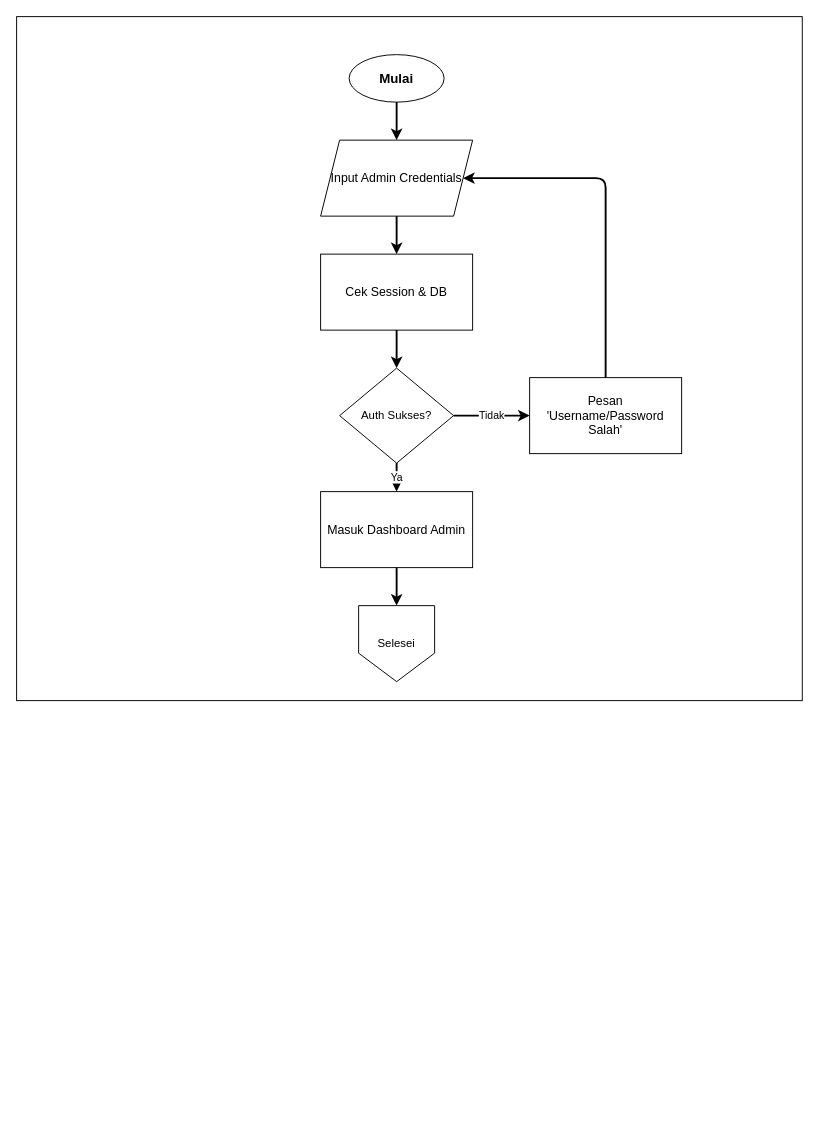
Earlier version of the draw.io diagram diagram/flowchart/admin_login.drawio (Jinsky/Jinsky). Source tidied: cells renumbered, new cells numbered last; positions are measured from the earlier drawing's top-left corner, leaving out a move shared by most shapes. Both pictures are drawn from the tidied source at 95%, with x=0, y=0 at pixel (16, 16).
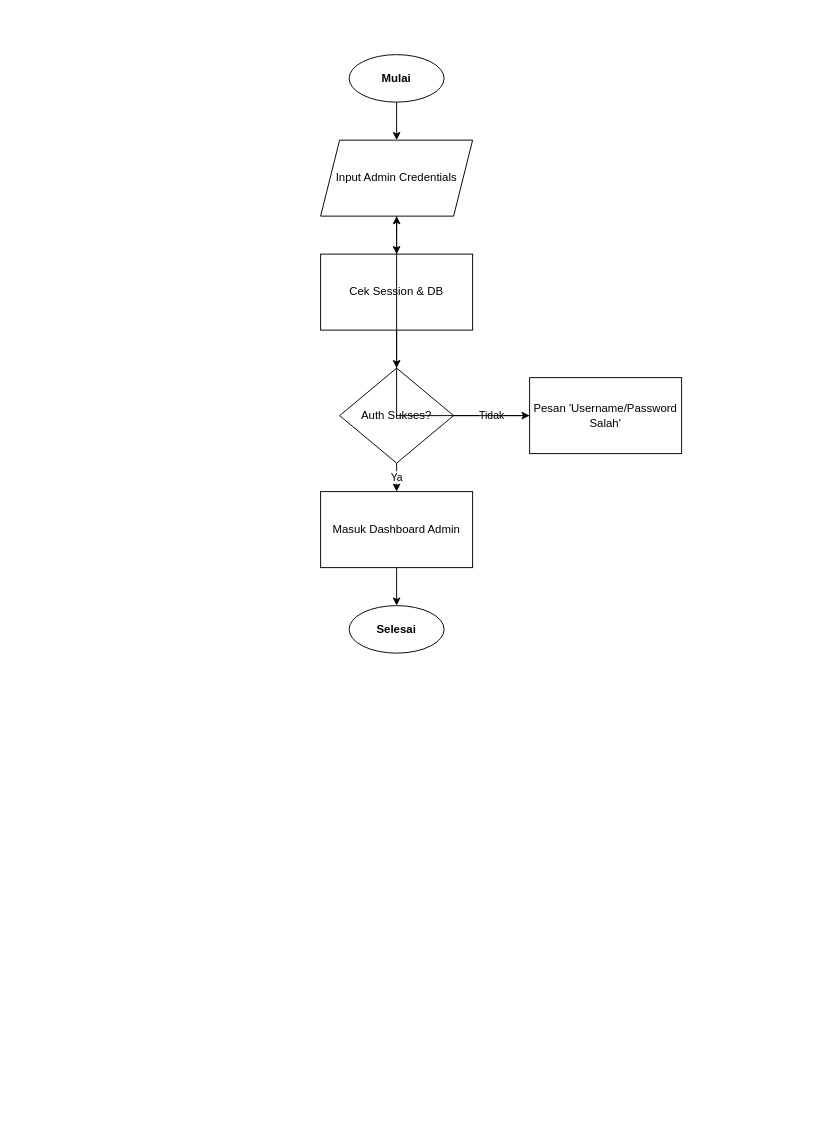
Above is the later version.

What changed in the source:
```diff
@@
 <mxGraphModel>
   <root>
     <mxCell id="0" />
     <mxCell id="1" parent="0" />
-    <mxCell id="2" style="rounded=0;whiteSpace=wrap;html=1;" parent="1" vertex="1">
-      <mxGeometry width="827" height="720" as="geometry" />
+    <mxCell id="2" style="rounded=0;whiteSpace=wrap;html=1;fillColor=#ffffff;strokeColor=none;" parent="1" vertex="1">
+      <mxGeometry width="827" height="1169" as="geometry" />
     </mxCell>
+    <mxCell id="17" value="Mulai" style="ellipse;whiteSpace=wrap;html=1;fontStyle=1;fontSize=12;fillColor=#ffffff;strokeColor=#000000;" parent="1" vertex="1">
+      <mxGeometry x="350" y="40" width="100" height="50" as="geometry" />
+    </mxCell>
+    <mxCell id="18" value="Input Admin Credentials" style="shape=parallelogram;perimeter=parallelogramPerimeter;whiteSpace=wrap;html=1;fixedSize=1;fontSize=12;fillColor=#ffffff;strokeColor=#000000;" parent="1" vertex="1">
+      <mxGeometry x="320" y="130" width="160" height="80" as="geometry" />
+    </mxCell>
-    <mxCell id="3" value="Mulai" style="ellipse;whiteSpace=wrap;html=1;fontStyle=1;fontSize=14;" parent="1" vertex="1">
-      <mxGeometry x="350" y="40" width="100" height="50" as="geometry" />
+    <mxCell id="3" value="Cek Session &amp; DB" style="rounded=0;whiteSpace=wrap;html=1;fontSize=12;fillColor=#ffffff;strokeColor=#000000;" parent="1" vertex="1">
+      <mxGeometry x="320" y="250" width="160" height="80" as="geometry" />
     </mxCell>
-    <mxCell id="4" value="Input Admin Credentials" style="shape=parallelogram;perimeter=parallelogramPerimeter;whiteSpace=wrap;html=1;fixedSize=1;fontSize=13;" parent="1" vertex="1">
-      <mxGeometry x="320" y="130" width="160" height="80" as="geometry" />
+    <mxCell id="4" value="Auth Sukses?" style="rhombus;whiteSpace=wrap;html=1;fontSize=12;fillColor=#ffffff;strokeColor=#000000;" parent="1" vertex="1">
+      <mxGeometry x="340" y="370" width="120" height="100" as="geometry" />
     </mxCell>
-    <mxCell id="5" value="Cek Session &amp; DB" style="rounded=0;whiteSpace=wrap;html=1;fontSize=13;" parent="1" vertex="1">
-      <mxGeometry x="320" y="250" width="160" height="80" as="geometry" />
+    <mxCell id="5" value="Masuk Dashboard Admin" style="rounded=0;whiteSpace=wrap;html=1;fontSize=12;fillColor=#ffffff;strokeColor=#000000;" parent="1" vertex="1">
+      <mxGeometry x="320" y="500" width="160" height="80" as="geometry" />
     </mxCell>
-    <mxCell id="6" value="Auth Sukses?" style="rhombus;whiteSpace=wrap;html=1;fontSize=12;" parent="1" vertex="1">
-      <mxGeometry x="340" y="370" width="120" height="100" as="geometry" />
+    <mxCell id="6" value="Pesan 'Username/Password Salah'" style="rounded=0;whiteSpace=wrap;html=1;fontSize=12;fillColor=#ffffff;strokeColor=#000000;" parent="1" vertex="1">
+      <mxGeometry x="540" y="380" width="160" height="80" as="geometry" />
     </mxCell>
-    <mxCell id="7" value="Masuk Dashboard Admin" style="rounded=0;whiteSpace=wrap;html=1;fontSize=13;" parent="1" vertex="1">
-      <mxGeometry x="320" y="500" width="160" height="80" as="geometry" />
+    <mxCell id="7" value="Selesai" style="ellipse;whiteSpace=wrap;html=1;fontStyle=1;fontSize=12;fillColor=#ffffff;strokeColor=#000000;" parent="1" vertex="1">
+      <mxGeometry x="350" y="620" width="100" height="50" as="geometry" />
     </mxCell>
-    <mxCell id="8" value="Pesan 'Username/Password Salah'" style="rounded=0;whiteSpace=wrap;html=1;fontSize=13;" parent="1" vertex="1">
-      <mxGeometry x="540" y="380" width="160" height="80" as="geometry" />
+    <mxCell id="8" style="edgeStyle=orthogonalEdgeStyle;rounded=0;jettySize=auto;html=1;strokeColor=#000000;fontSize=11;" parent="1" edge="1" source="17" target="18">
+      <mxGeometry relative="1" as="geometry" />
     </mxCell>
+    <mxCell id="19" style="edgeStyle=orthogonalEdgeStyle;rounded=0;jettySize=auto;html=1;strokeColor=#000000;fontSize=11;" parent="1" edge="1" source="18" target="3">
+      <mxGeometry relative="1" as="geometry" />
+    </mxCell>
-    <mxCell id="9" style="edgeStyle=orthogonalEdgeStyle;rounded=1;jettySize=auto;html=1;strokeWidth=2;fontSize=11;" parent="1" edge="1" source="3" target="4">
+    <mxCell id="9" style="edgeStyle=orthogonalEdgeStyle;rounded=0;jettySize=auto;html=1;strokeColor=#000000;fontSize=11;" parent="1" edge="1" source="3" target="4">
       <mxGeometry relative="1" as="geometry" />
     </mxCell>
-    <mxCell id="10" style="edgeStyle=orthogonalEdgeStyle;rounded=1;jettySize=auto;html=1;strokeWidth=2;fontSize=11;" parent="1" edge="1" source="4" target="5">
-      <mxGeometry relative="1" as="geometry" />
-    </mxCell>
-    <mxCell id="11" style="edgeStyle=orthogonalEdgeStyle;rounded=1;jettySize=auto;html=1;strokeWidth=2;fontSize=11;" parent="1" edge="1" source="5" target="6">
-      <mxGeometry relative="1" as="geometry" />
-    </mxCell>
-    <mxCell id="12" value="Ya" style="edgeStyle=orthogonalEdgeStyle;rounded=1;jettySize=auto;html=1;strokeWidth=2;fontSize=11;" parent="1" edge="1" source="6" target="7">
+    <mxCell id="12" value="Ya" style="edgeStyle=orthogonalEdgeStyle;rounded=0;jettySize=auto;html=1;strokeColor=#000000;fontSize=11;" parent="1" edge="1" source="4" target="5">
       <mxGeometry relative="1" as="geometry" />
     </mxCell>
-    <mxCell id="13" value="Tidak" style="edgeStyle=orthogonalEdgeStyle;rounded=1;jettySize=auto;html=1;strokeWidth=2;fontSize=11;" parent="1" edge="1" source="6" target="8">
+    <mxCell id="13" value="Tidak" style="edgeStyle=orthogonalEdgeStyle;rounded=0;jettySize=auto;html=1;strokeColor=#000000;fontSize=11;" parent="1" edge="1" source="4" target="6">
       <mxGeometry relative="1" as="geometry" />
     </mxCell>
-    <mxCell id="14" style="edgeStyle=orthogonalEdgeStyle;rounded=1;jettySize=auto;html=1;strokeWidth=2;fontSize=11;exitX=0.5;exitY=0;exitDx=0;exitDy=0;entryX=1;entryY=0.5;entryDx=0;entryDy=0;" parent="1" edge="1" source="8" target="4">
-      <mxGeometry relative="1" as="geometry">
-        <Array as="points">
-          <mxPoint x="620" y="170" />
-        </Array>
-      </mxGeometry>
-    </mxCell>
-    <mxCell id="15" style="edgeStyle=orthogonalEdgeStyle;rounded=1;jettySize=auto;html=1;strokeWidth=2;fontSize=11;" parent="1" edge="1" source="7">
-      <mxGeometry relative="1" as="geometry">
-        <mxPoint x="400" y="620" as="targetPoint" />
-      </mxGeometry>
-    </mxCell>
-    <mxCell id="16" value="Selesei" style="shape=offPageConnector;whiteSpace=wrap;html=1;" parent="1" vertex="1">
-      <mxGeometry x="360" y="620" width="80" height="80" as="geometry" />
-    </mxCell>
+    <mxCell id="20" style="edgeStyle=orthogonalEdgeStyle;rounded=0;jettySize=auto;html=1;strokeColor=#000000;fontSize=11;" parent="1" edge="1" source="6" target="18">
+      <mxGeometry relative="1" as="geometry" />
+    </mxCell>
+    <mxCell id="21" style="edgeStyle=orthogonalEdgeStyle;rounded=0;jettySize=auto;html=1;strokeColor=#000000;fontSize=11;" parent="1" edge="1" source="5" target="7">
+      <mxGeometry relative="1" as="geometry" />
+    </mxCell>
   </root>
 </mxGraphModel>
```
